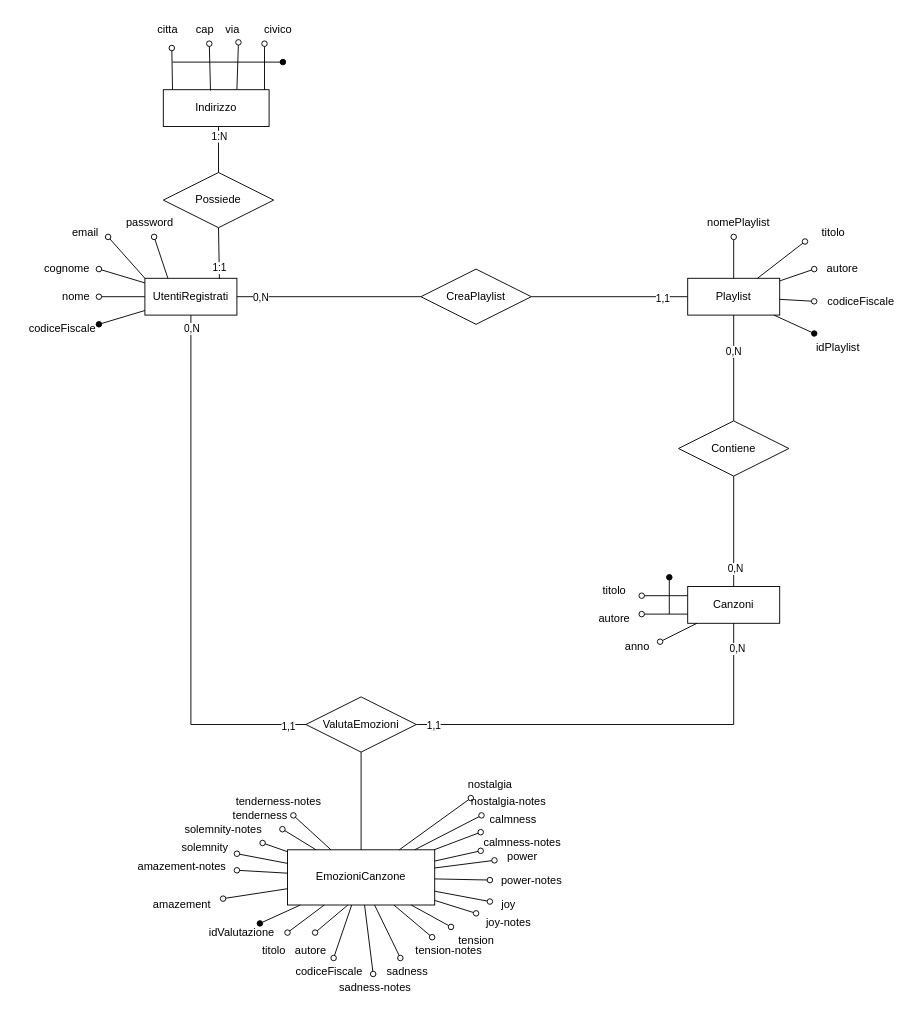
The draw.io diagram DiagrammiER/UtentiRegistrati.drawio in Cacciaa/LaboratorioB, before the edit. Source tidied: cells renumbered, new cells numbered last; positions are measured from the earlier drawing's top-left corner, leaving out a move shared by most shapes. Both pictures are drawn from the tidied source at 92%, with x=0, y=0 at pixel (16, 16).
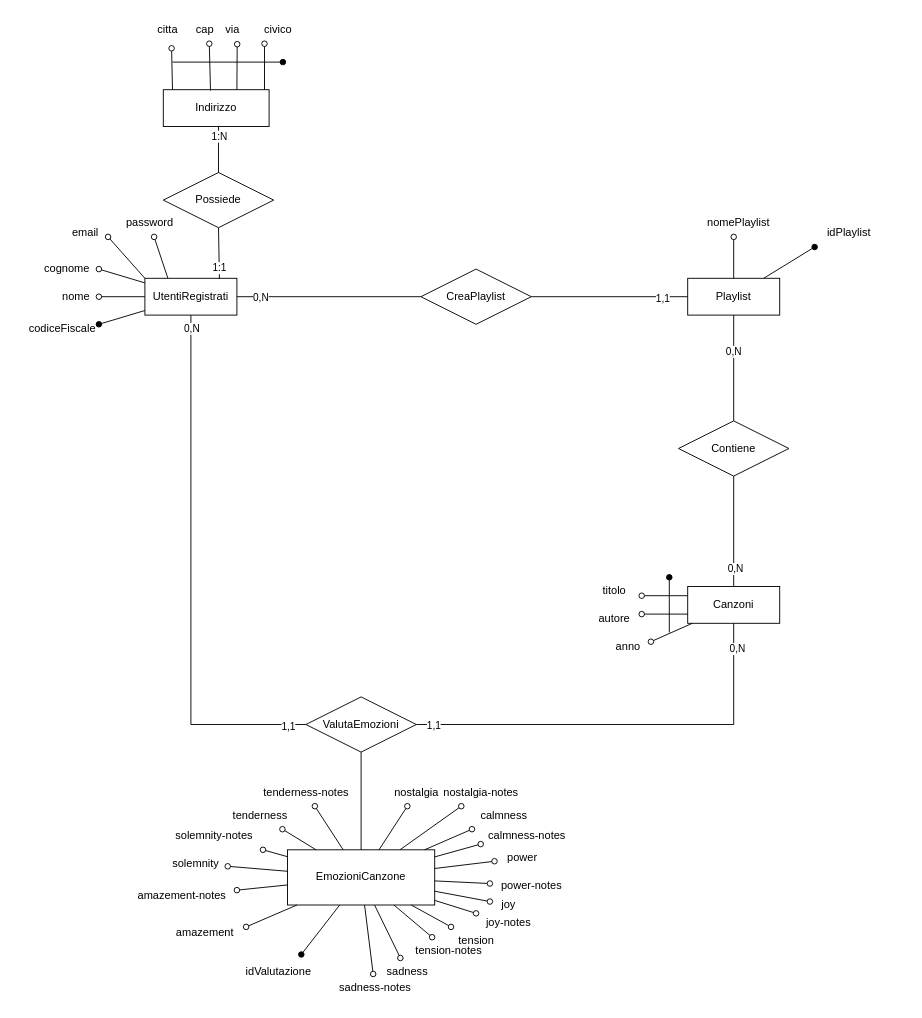
After the change.

Commit message (it also covers changes not shown here):
Correzione schema logico e diagramma E/R

Unchanged cells that the change refers to:
```xml
<mxCell id="3" value="Playlist" style="whiteSpace=wrap;html=1;align=center;" parent="1" vertex="1">
  <mxGeometry x="730" y="285" width="100" height="40" as="geometry" />
</mxCell>
<mxCell id="4" value="Canzoni" style="whiteSpace=wrap;html=1;align=center;" parent="1" vertex="1">
  <mxGeometry x="730" y="620" width="100" height="40" as="geometry" />
</mxCell>
<mxCell id="5" value="EmozioniCanzone" style="whiteSpace=wrap;html=1;align=center;" parent="1" vertex="1">
  <mxGeometry x="295" y="906.2" width="160" height="60" as="geometry" />
</mxCell>
<mxCell id="95" value="Indirizzo" style="rounded=0;whiteSpace=wrap;html=1;" parent="1" vertex="1">
  <mxGeometry x="160" y="80" width="115" height="40" as="geometry" />
</mxCell>
<mxCell id="103" value="citta" style="text;html=1;strokeColor=none;fillColor=none;align=center;verticalAlign=middle;whiteSpace=wrap;rounded=0;" parent="1" vertex="1">
  <mxGeometry x="135" width="60" height="30" as="geometry" />
</mxCell>
<mxCell id="104" value="cap" style="text;html=1;align=center;verticalAlign=middle;points=[];strokeColor=none;fillColor=none;" parent="1" vertex="1">
  <mxGeometry x="185" width="40" height="30" as="geometry" />
</mxCell>
<mxCell id="105" value="via" style="text;html=1;align=center;verticalAlign=middle;points=[];strokeColor=none;fillColor=none;" parent="1" vertex="1">
  <mxGeometry x="215" width="40" height="30" as="geometry" />
</mxCell>
```

Change to the diagram source:
```diff
@@
-    <mxCell id="15" style="endArrow=none;html=1;rounded=0;startArrow=oval;startFill=1;" parent="1" edge="1" target="3">
-      <mxGeometry relative="1" as="geometry">
-        <mxPoint x="867.5" y="345" as="sourcePoint" />
-      </mxGeometry>
+    <mxCell id="15" style="endArrow=none;html=1;rounded=0;startArrow=oval;startFill=1;exitX=-0.029;exitY=1.033;exitDx=0;exitDy=0;exitPerimeter=0;" parent="1" edge="1" source="16" target="3">
+      <mxGeometry relative="1" as="geometry" />
     </mxCell>
     <mxCell id="16" value="idPlaylist" style="text;html=1;align=center;verticalAlign=middle;points=[];strokeColor=none;fillColor=none;" parent="1" vertex="1">
-      <mxGeometry x="857.5" y="345" width="70" height="30" as="geometry" />
+      <mxGeometry x="870" y="220" width="70" height="30" as="geometry" />
     </mxCell>
@@
     <mxCell id="19" style="endArrow=none;html=1;rounded=0;startArrow=oval;startFill=0;" parent="1" edge="1" target="4">
       <mxGeometry relative="1" as="geometry">
-        <mxPoint x="700" y="680" as="sourcePoint" />
+        <mxPoint x="690" y="680" as="sourcePoint" />
       </mxGeometry>
     </mxCell>
@@
     <mxCell id="22" style="endArrow=none;html=1;rounded=0;startArrow=oval;startFill=1;" parent="1" edge="1">
       <mxGeometry relative="1" as="geometry">
         <mxPoint x="710" y="610" as="sourcePoint" />
-        <mxPoint x="710" y="650" as="targetPoint" />
+        <mxPoint x="710" y="670" as="targetPoint" />
       </mxGeometry>
     </mxCell>
     <mxCell id="23" value="anno" style="text;html=1;align=center;verticalAlign=middle;strokeColor=none;fillColor=none;" parent="1" vertex="1">
-      <mxGeometry x="650" y="670" width="50" height="30" as="geometry" />
+      <mxGeometry x="640" y="670" width="50" height="30" as="geometry" />
     </mxCell>
-    <mxCell id="24" style="endArrow=none;html=1;rounded=0;startArrow=oval;startFill=0;" parent="1" edge="1" target="3">
-      <mxGeometry relative="1" as="geometry">
-        <mxPoint x="867.5" y="310" as="sourcePoint" />
-      </mxGeometry>
-    </mxCell>
-    <mxCell id="25" value="codiceFiscale" style="text;html=1;align=center;verticalAlign=middle;strokeColor=none;fillColor=none;" parent="1" vertex="1">
-      <mxGeometry x="867.5" y="295" width="100" height="30" as="geometry" />
-    </mxCell>
-    <mxCell id="26" style="endArrow=none;html=1;rounded=0;startArrow=oval;startFill=0;" parent="1" edge="1" target="3">
-      <mxGeometry relative="1" as="geometry">
-        <mxPoint x="867.5" y="275" as="sourcePoint" />
-      </mxGeometry>
-    </mxCell>
-    <mxCell id="27" style="endArrow=none;html=1;rounded=0;startArrow=oval;startFill=0;" parent="1" edge="1" target="3">
-      <mxGeometry relative="1" as="geometry">
-        <mxPoint x="857.5" y="245" as="sourcePoint" />
-      </mxGeometry>
-    </mxCell>
-    <mxCell id="28" value="titolo" style="text;html=1;align=center;verticalAlign=middle;strokeColor=none;fillColor=none;" parent="1" vertex="1">
-      <mxGeometry x="862.5" y="220" width="50" height="30" as="geometry" />
-    </mxCell>
-    <mxCell id="29" value="autore" style="text;html=1;align=center;verticalAlign=middle;strokeColor=none;fillColor=none;" parent="1" vertex="1">
-      <mxGeometry x="867.5" y="260" width="60" height="30" as="geometry" />
-    </mxCell>
     <mxCell id="30" style="endArrow=none;html=1;rounded=0;startArrow=oval;startFill=1;" parent="1" edge="1" target="5">
       <mxGeometry relative="1" as="geometry">
-        <mxPoint x="265" y="986.2" as="sourcePoint" />
+        <mxPoint x="310" y="1020" as="sourcePoint" />
       </mxGeometry>
     </mxCell>
     <mxCell id="31" value="idValutazione" style="text;html=1;align=center;verticalAlign=middle;strokeColor=none;fillColor=none;" parent="1" vertex="1">
-      <mxGeometry x="200" y="981.2" width="90" height="30" as="geometry" />
+      <mxGeometry x="240" y="1023.8" width="90" height="30" as="geometry" />
     </mxCell>
-    <mxCell id="32" style="endArrow=none;html=1;rounded=0;startArrow=oval;startFill=0;entryX=0.25;entryY=1;entryDx=0;entryDy=0;" parent="1" edge="1" target="5">
-      <mxGeometry relative="1" as="geometry">
-        <mxPoint x="295" y="996.2" as="sourcePoint" />
-      </mxGeometry>
-    </mxCell>
-    <mxCell id="33" value="titolo" style="text;html=1;align=center;verticalAlign=middle;strokeColor=none;fillColor=none;" parent="1" vertex="1">
-      <mxGeometry x="255" y="1001.2" width="50" height="30" as="geometry" />
-    </mxCell>
-    <mxCell id="34" style="endArrow=none;html=1;rounded=0;startArrow=oval;startFill=0;entryX=0.41;entryY=1;entryDx=0;entryDy=0;entryPerimeter=0;" parent="1" edge="1" target="5">
-      <mxGeometry relative="1" as="geometry">
-        <mxPoint x="325" y="996.2" as="sourcePoint" />
-      </mxGeometry>
-    </mxCell>
-    <mxCell id="35" value="autore" style="text;html=1;align=center;verticalAlign=middle;strokeColor=none;fillColor=none;" parent="1" vertex="1">
-      <mxGeometry x="290" y="1001.2" width="60" height="30" as="geometry" />
-    </mxCell>
-    <mxCell id="36" style="endArrow=none;html=1;rounded=0;startArrow=oval;startFill=0;" parent="1" edge="1" source="54" target="5">
-      <mxGeometry relative="1" as="geometry" />
+    <mxCell id="36" style="endArrow=none;html=1;rounded=0;startArrow=oval;startFill=0;" parent="1" edge="1" target="5">
+      <mxGeometry relative="1" as="geometry">
+        <mxPoint x="250" y="990" as="sourcePoint" />
+      </mxGeometry>
     </mxCell>
@@
     <mxCell id="39" style="endArrow=none;html=1;rounded=0;startArrow=oval;startFill=0;" parent="1" edge="1" target="5">
       <mxGeometry relative="1" as="geometry">
-        <mxPoint x="505" y="907.3" as="sourcePoint" />
+        <mxPoint x="505" y="900" as="sourcePoint" />
       </mxGeometry>
     </mxCell>
@@
     <mxCell id="54" value="amazement" style="text;html=1;align=center;verticalAlign=middle;points=[];strokeColor=none;fillColor=none;" parent="1" vertex="1">
-      <mxGeometry x="135" y="951.2" width="90" height="30" as="geometry" />
+      <mxGeometry x="160" y="981.2" width="90" height="30" as="geometry" />
     </mxCell>
     <mxCell id="55" value="amazement-notes" style="text;html=1;align=center;verticalAlign=middle;points=[];strokeColor=none;fillColor=none;" parent="1" vertex="1">
-      <mxGeometry x="120" y="910" width="120" height="30" as="geometry" />
+      <mxGeometry x="120" y="941.2" width="120" height="30" as="geometry" />
     </mxCell>
     <mxCell id="56" value="solemnity" style="text;html=1;align=center;verticalAlign=middle;points=[];strokeColor=none;fillColor=none;" parent="1" vertex="1">
-      <mxGeometry x="170" y="888.8" width="70" height="30" as="geometry" />
+      <mxGeometry x="160" y="906.2" width="70" height="30" as="geometry" />
     </mxCell>
     <mxCell id="57" value="solemnity-notes" style="text;html=1;align=center;verticalAlign=middle;points=[];strokeColor=none;fillColor=none;" parent="1" vertex="1">
-      <mxGeometry x="170" y="868.8" width="110" height="30" as="geometry" />
+      <mxGeometry x="160" y="876.2" width="110" height="30" as="geometry" />
     </mxCell>
@@
     <mxCell id="59" value="tenderness-notes" style="text;html=1;align=center;verticalAlign=middle;points=[];strokeColor=none;fillColor=none;" parent="1" vertex="1">
-      <mxGeometry x="225" y="838.8" width="120" height="30" as="geometry" />
+      <mxGeometry x="255" y="828.8" width="120" height="30" as="geometry" />
     </mxCell>
     <mxCell id="60" value="nostalgia" style="text;html=1;align=center;verticalAlign=middle;points=[];strokeColor=none;fillColor=none;" parent="1" vertex="1">
-      <mxGeometry x="480" y="820" width="70" height="30" as="geometry" />
+      <mxGeometry x="400" y="828.8" width="70" height="30" as="geometry" />
     </mxCell>
     <mxCell id="61" value="nostalgia-notes" style="text;html=1;align=center;verticalAlign=middle;points=[];strokeColor=none;fillColor=none;" parent="1" vertex="1">
-      <mxGeometry x="485" y="838.8" width="100" height="30" as="geometry" />
+      <mxGeometry x="455" y="828.8" width="100" height="30" as="geometry" />
     </mxCell>
     <mxCell id="62" value="calmness" style="text;html=1;align=center;verticalAlign=middle;points=[];strokeColor=none;fillColor=none;" parent="1" vertex="1">
-      <mxGeometry x="505" y="858.8" width="70" height="30" as="geometry" />
+      <mxGeometry x="495" y="853.8" width="70" height="30" as="geometry" />
     </mxCell>
     <mxCell id="63" value="calmness-notes" style="text;html=1;align=center;verticalAlign=middle;strokeColor=none;fillColor=none;" parent="1" vertex="1">
-      <mxGeometry x="495" y="883.8" width="110" height="30" as="geometry" />
+      <mxGeometry x="500" y="876.2" width="110" height="30" as="geometry" />
     </mxCell>
     <mxCell id="64" value="power" style="text;html=1;align=center;verticalAlign=middle;points=[];strokeColor=none;fillColor=none;" parent="1" vertex="1">
-      <mxGeometry x="520" y="898.8" width="60" height="30" as="geometry" />
+      <mxGeometry x="520" y="900" width="60" height="30" as="geometry" />
     </mxCell>
     <mxCell id="65" value="power-notes" style="text;html=1;align=center;verticalAlign=middle;points=[];strokeColor=none;fillColor=none;" parent="1" vertex="1">
-      <mxGeometry x="515" y="925" width="90" height="30" as="geometry" />
+      <mxGeometry x="515" y="930" width="90" height="30" as="geometry" />
     </mxCell>
@@
-    <mxCell id="72" style="endArrow=none;html=1;rounded=0;startArrow=oval;startFill=0;" parent="1" edge="1" source="73" target="5">
-      <mxGeometry relative="1" as="geometry" />
-    </mxCell>
-    <mxCell id="73" value="codiceFiscale" style="text;html=1;align=center;verticalAlign=middle;points=[];strokeColor=none;fillColor=none;" parent="1" vertex="1">
-      <mxGeometry x="290" y="1023.8" width="100" height="30" as="geometry" />
-    </mxCell>
@@
-    <mxCell id="101" style="endArrow=oval;html=1;rounded=0;startArrow=none;startFill=0;endFill=0;entryX=0.571;entryY=1.157;entryDx=0;entryDy=0;entryPerimeter=0;" parent="1" edge="1" target="103">
+    <mxCell id="101" style="endArrow=oval;html=1;rounded=0;startArrow=none;startFill=0;endFill=0;" parent="1" edge="1">
       <mxGeometry relative="1" as="geometry">
         <mxPoint x="170" y="80" as="sourcePoint" />
+        <mxPoint x="169" y="35" as="targetPoint" />
       </mxGeometry>
     </mxCell>
-    <mxCell id="102" style="endArrow=oval;html=1;rounded=0;startArrow=none;startFill=0;endFill=0;exitX=0.446;exitY=0.023;exitDx=0;exitDy=0;exitPerimeter=0;" parent="1" edge="1" source="95">
-      <mxGeometry relative="1" as="geometry">
-        <mxPoint x="210" y="30" as="targetPoint" />
-      </mxGeometry>
+    <mxCell id="102" style="endArrow=oval;html=1;rounded=0;startArrow=none;startFill=0;endFill=0;exitX=0.446;exitY=0.023;exitDx=0;exitDy=0;exitPerimeter=0;entryX=0.625;entryY=1;entryDx=0;entryDy=0;entryPerimeter=0;" parent="1" edge="1" source="95" target="104">
+      <mxGeometry relative="1" as="geometry" />
     </mxCell>
@@
-    <mxCell id="106" style="endArrow=oval;html=1;rounded=0;endFill=0;entryX=0.667;entryY=0.951;entryDx=0;entryDy=0;entryPerimeter=0;" parent="1" edge="1" target="105">
+    <mxCell id="106" style="endArrow=oval;html=1;rounded=0;endFill=0;entryX=0.633;entryY=1.017;entryDx=0;entryDy=0;entryPerimeter=0;" parent="1" edge="1" target="105">
       <mxGeometry relative="1" as="geometry">
         <mxPoint x="240" y="80" as="sourcePoint" />
       </mxGeometry>
     </mxCell>
```
